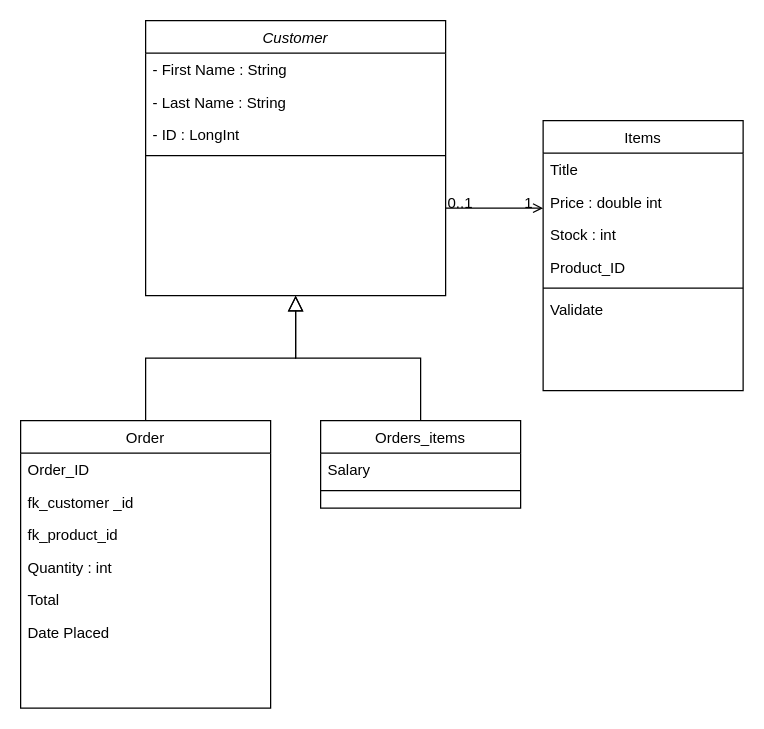
rebeccaswinton/IMS-22JulyEnable3 keeps this draw.io diagram as src/main/java/com/qa/ims/IMS Diagram.drawio. Above is the earlier version. Source tidied: cells renumbered, new cells numbered last; positions are measured from the earlier drawing's top-left corner, leaving out a move shared by most shapes. Both pictures are drawn from the tidied source at 125%, with x=0, y=0 at pixel (20, 20).
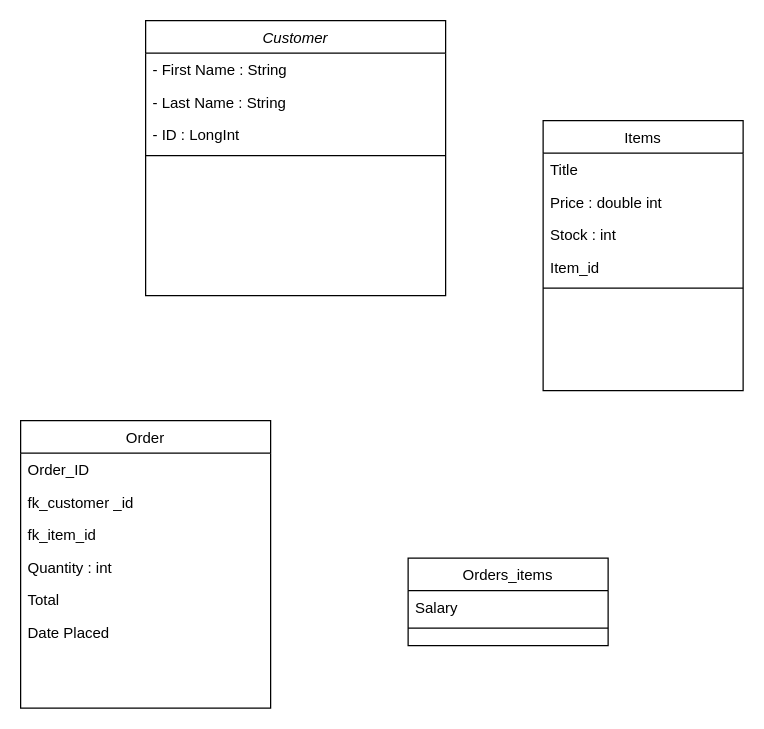
Above is the later version.

The change refers to these unchanged cells:
```xml
<mxCell id="2" value="Customer" style="swimlane;fontStyle=2;align=center;verticalAlign=top;horizontal=1;startSize=26;rounded=0;shadow=0;strokeWidth=1;" parent="1" vertex="1">
  <mxGeometry x="100" width="240" height="220" as="geometry" />
</mxCell>
<mxCell id="7" value="Order" style="swimlane;fontStyle=0;align=center;verticalAlign=top;horizontal=1;startSize=26;rounded=0;shadow=0;strokeWidth=1;" parent="1" vertex="1">
  <mxGeometry y="320" width="200" height="230" as="geometry" />
</mxCell>
<mxCell id="19" value="Items" style="swimlane;fontStyle=0;align=center;verticalAlign=top;horizontal=1;startSize=26;rounded=0;shadow=0;strokeWidth=1;" parent="1" vertex="1">
  <mxGeometry x="418" y="80" width="160" height="216" as="geometry" />
</mxCell>
```

What changed in the source:
```diff
@@
-    <mxCell id="10" value="fk_product_id" style="text;align=left;verticalAlign=top;spacingLeft=4;spacingRight=4;overflow=hidden;rounded=0;shadow=0;html=0;" parent="7" vertex="1">
+    <mxCell id="10" value="fk_item_id" style="text;align=left;verticalAlign=top;spacingLeft=4;spacingRight=4;overflow=hidden;rounded=0;shadow=0;html=0;" parent="7" vertex="1">
       <mxGeometry y="78" width="200" height="26" as="geometry" />
     </mxCell>
@@
-    <mxCell id="14" style="endArrow=block;endSize=10;endFill=0;shadow=0;strokeWidth=1;rounded=0;edgeStyle=elbowEdgeStyle;elbow=vertical;" parent="1" edge="1" source="7" target="2">
-      <mxGeometry relative="1" as="geometry" />
-    </mxCell>
     <mxCell id="15" value="Orders_items" style="swimlane;fontStyle=0;align=center;verticalAlign=top;horizontal=1;startSize=26;rounded=0;shadow=0;strokeWidth=1;" parent="1" vertex="1">
-      <mxGeometry x="240" y="320" width="160" height="70" as="geometry" />
+      <mxGeometry x="310" y="430" width="160" height="70" as="geometry" />
     </mxCell>
@@
-    <mxCell id="18" style="endArrow=block;endSize=10;endFill=0;shadow=0;strokeWidth=1;rounded=0;edgeStyle=elbowEdgeStyle;elbow=vertical;" parent="1" edge="1" source="15" target="2">
-      <mxGeometry relative="1" as="geometry" />
-    </mxCell>
@@
-    <mxCell id="23" value="Product_ID" style="text;align=left;verticalAlign=top;spacingLeft=4;spacingRight=4;overflow=hidden;rounded=0;shadow=0;html=0;" parent="19" vertex="1">
+    <mxCell id="23" value="Item_id" style="text;align=left;verticalAlign=top;spacingLeft=4;spacingRight=4;overflow=hidden;rounded=0;shadow=0;html=0;" parent="19" vertex="1">
       <mxGeometry y="104" width="160" height="26" as="geometry" />
     </mxCell>
@@
-    <mxCell id="25" value="Validate" style="text;align=left;verticalAlign=top;spacingLeft=4;spacingRight=4;overflow=hidden;" parent="19" vertex="1">
-      <mxGeometry y="138" width="160" height="26" as="geometry" />
-    </mxCell>
-    <mxCell id="26" style="endArrow=open;shadow=0;strokeWidth=1;rounded=0;endFill=1;edgeStyle=elbowEdgeStyle;elbow=vertical;" parent="1" edge="1" source="2" target="19">
-      <mxGeometry x="0.5" y="41" relative="1" as="geometry">
-        <mxPoint x="-40" y="32" as="offset" />
-      </mxGeometry>
-    </mxCell>
-    <mxCell id="27" value="0..1" style="align=left;verticalAlign=bottom;labelBackgroundColor=none;fontSize=12;" parent="26" vertex="1">
-      <mxGeometry x="-1" relative="1" as="geometry">
-        <mxPoint y="4" as="offset" />
-      </mxGeometry>
-    </mxCell>
-    <mxCell id="28" value="1" style="align=right;verticalAlign=bottom;labelBackgroundColor=none;fontSize=12;" parent="26" vertex="1">
-      <mxGeometry x="1" relative="1" as="geometry">
-        <mxPoint x="-7" y="4" as="offset" />
-      </mxGeometry>
-    </mxCell>
```
